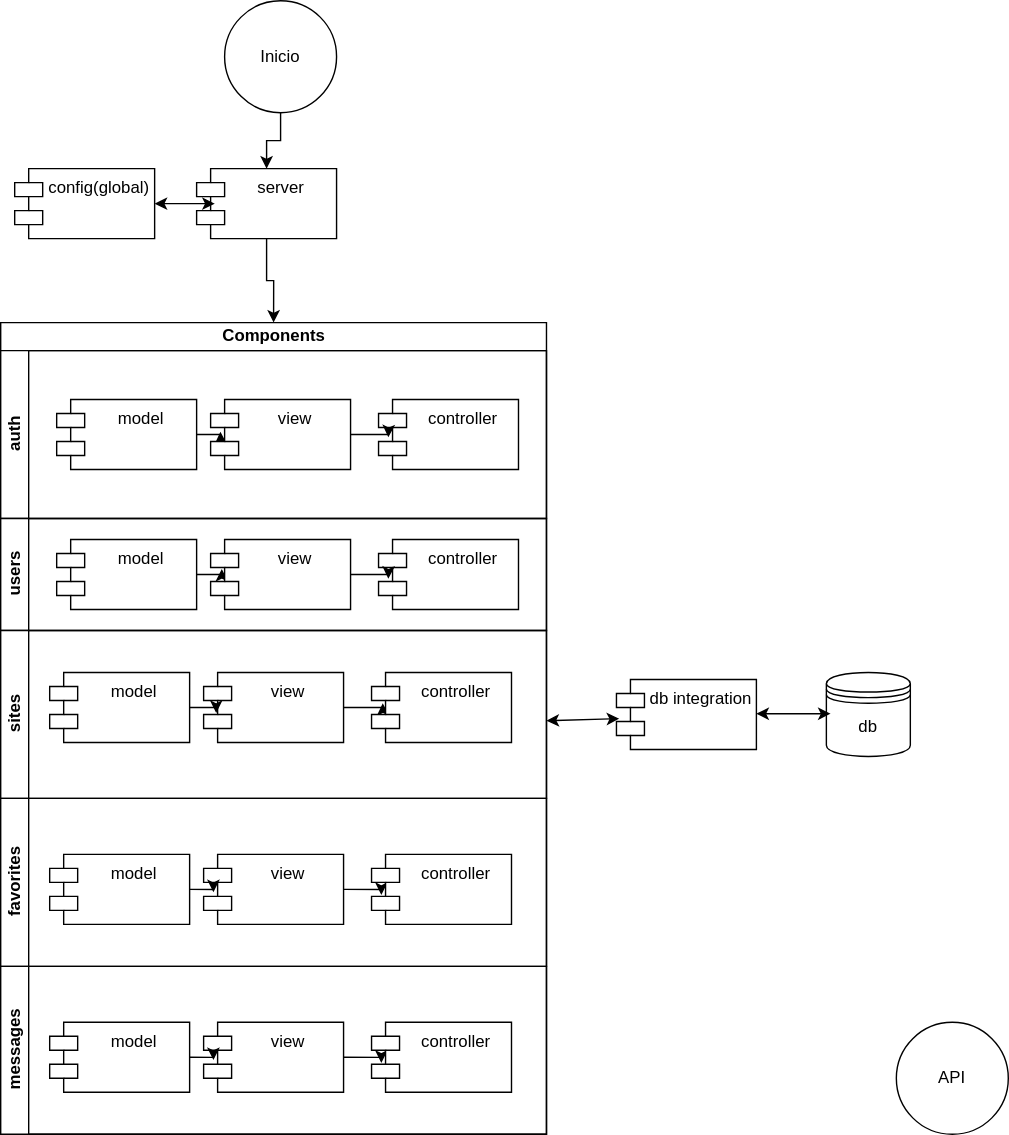
Before: backenddiagram.svg, a diagram exported from draw.io (andresmesad09/Backend-LetsRoomie). Source tidied: cells renumbered, new cells last; positions are measured from the earlier drawing's top-left corner, leaving out a move shared by most shapes.
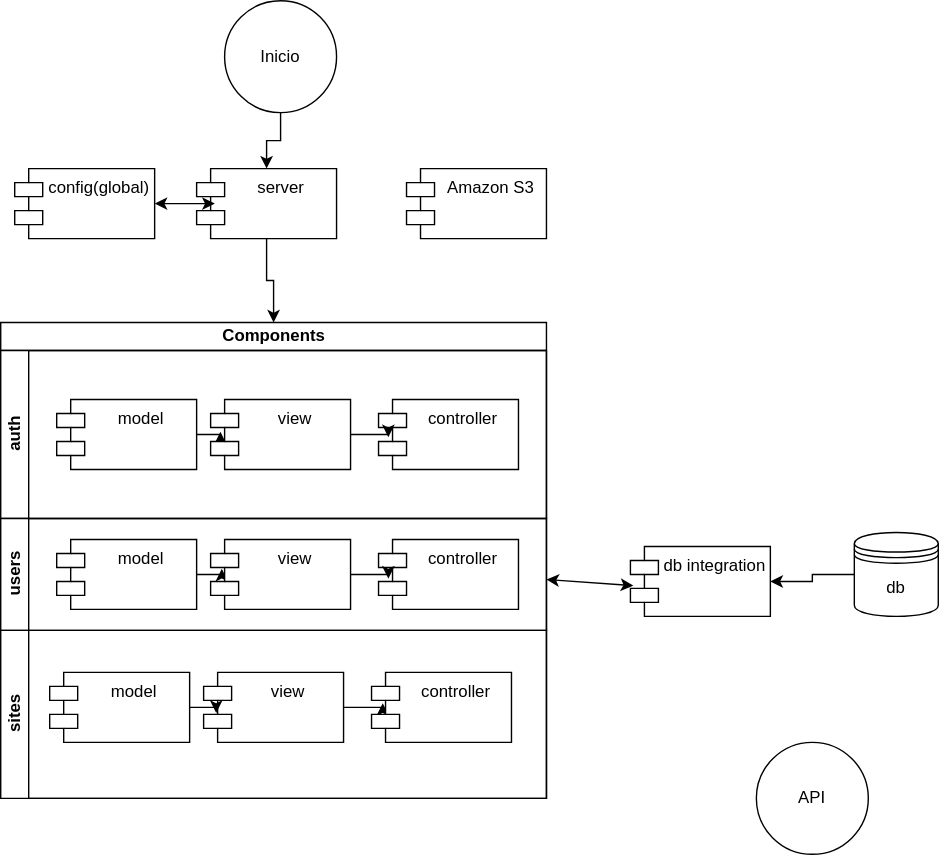
Above is the later version.

Diff of the diagram source:
```diff
@@ -8,14 +8,17 @@
     <mxCell id="3" value="Inicio" style="ellipse;whiteSpace=wrap;html=1;" parent="1" vertex="1">
       <mxGeometry x="160" width="80" height="80" as="geometry" />
     </mxCell>
+    <mxCell id="44" style="edgeStyle=orthogonalEdgeStyle;rounded=0;jettySize=auto;html=1;entryX=1;entryY=0.5;entryDx=0;entryDy=0;" parent="1" edge="1" source="4" target="40">
+      <mxGeometry relative="1" as="geometry" />
+    </mxCell>
     <mxCell id="4" value="db" style="shape=datastore;whiteSpace=wrap;html=1;startSize=20;" parent="1" vertex="1">
-      <mxGeometry x="590" y="480" width="60" height="60" as="geometry" />
+      <mxGeometry x="610" y="380" width="60" height="60" as="geometry" />
     </mxCell>
     <mxCell id="5" style="rounded=0;jettySize=auto;html=1;entryX=0.02;entryY=0.56;entryDx=0;entryDy=0;entryPerimeter=0;startSize=6;verticalAlign=middle;startArrow=classic;startFill=1;endArrow=classic;endFill=1;" parent="1" edge="1" source="6" target="40">
       <mxGeometry relative="1" as="geometry" />
     </mxCell>
     <mxCell id="6" value="Components" style="swimlane;html=1;horizontal=1;startSize=20;" parent="1" vertex="1">
-      <mxGeometry y="230" width="390" height="580" as="geometry" />
+      <mxGeometry y="230" width="390" height="340" as="geometry" />
     </mxCell>
     <mxCell id="7" value="auth" style="swimlane;html=1;startSize=20;horizontal=0;" parent="6" vertex="1">
       <mxGeometry y="20" width="390" height="120" as="geometry" />
@@ -71,42 +74,6 @@
     <mxCell id="24" value="model" style="shape=module;align=left;spacingLeft=20;align=center;verticalAlign=top;startSize=20;html=1;" parent="19" vertex="1">
       <mxGeometry x="35" y="30" width="100" height="50" as="geometry" />
     </mxCell>
-    <mxCell id="25" value="favorites" style="swimlane;html=1;startSize=20;horizontal=0;" parent="6" vertex="1">
-      <mxGeometry y="340" width="390" height="120" as="geometry" />
-    </mxCell>
-    <mxCell id="26" style="edgeStyle=orthogonalEdgeStyle;rounded=0;jettySize=auto;html=1;exitX=1;exitY=0.5;exitDx=0;exitDy=0;entryX=0.07;entryY=0.58;entryDx=0;entryDy=0;entryPerimeter=0;startSize=20;" parent="25" edge="1" source="27" target="28">
-      <mxGeometry relative="1" as="geometry" />
-    </mxCell>
-    <mxCell id="27" value="view" style="shape=module;align=left;spacingLeft=20;align=center;verticalAlign=top;startSize=20;html=1;" parent="25" vertex="1">
-      <mxGeometry x="145" y="40" width="100" height="50" as="geometry" />
-    </mxCell>
-    <mxCell id="28" value="controller" style="shape=module;align=left;spacingLeft=20;align=center;verticalAlign=top;startSize=20;html=1;" parent="25" vertex="1">
-      <mxGeometry x="265" y="40" width="100" height="50" as="geometry" />
-    </mxCell>
-    <mxCell id="29" style="edgeStyle=orthogonalEdgeStyle;rounded=0;jettySize=auto;html=1;exitX=1;exitY=0.5;exitDx=0;exitDy=0;entryX=0.07;entryY=0.54;entryDx=0;entryDy=0;entryPerimeter=0;startSize=20;" parent="25" edge="1" source="30" target="27">
-      <mxGeometry relative="1" as="geometry" />
-    </mxCell>
-    <mxCell id="30" value="model" style="shape=module;align=left;spacingLeft=20;align=center;verticalAlign=top;startSize=20;html=1;" parent="25" vertex="1">
-      <mxGeometry x="35" y="40" width="100" height="50" as="geometry" />
-    </mxCell>
-    <mxCell id="31" value="messages" style="swimlane;html=1;startSize=20;horizontal=0;" parent="6" vertex="1">
-      <mxGeometry y="460" width="390" height="120" as="geometry" />
-    </mxCell>
-    <mxCell id="32" style="edgeStyle=orthogonalEdgeStyle;rounded=0;jettySize=auto;html=1;exitX=1;exitY=0.5;exitDx=0;exitDy=0;entryX=0.07;entryY=0.58;entryDx=0;entryDy=0;entryPerimeter=0;startSize=20;" parent="31" edge="1" source="33" target="34">
-      <mxGeometry relative="1" as="geometry" />
-    </mxCell>
-    <mxCell id="33" value="view" style="shape=module;align=left;spacingLeft=20;align=center;verticalAlign=top;startSize=20;html=1;" parent="31" vertex="1">
-      <mxGeometry x="145" y="40" width="100" height="50" as="geometry" />
-    </mxCell>
-    <mxCell id="34" value="controller" style="shape=module;align=left;spacingLeft=20;align=center;verticalAlign=top;startSize=20;html=1;" parent="31" vertex="1">
-      <mxGeometry x="265" y="40" width="100" height="50" as="geometry" />
-    </mxCell>
-    <mxCell id="35" style="edgeStyle=orthogonalEdgeStyle;rounded=0;jettySize=auto;html=1;exitX=1;exitY=0.5;exitDx=0;exitDy=0;entryX=0.07;entryY=0.54;entryDx=0;entryDy=0;entryPerimeter=0;startSize=20;" parent="31" edge="1" source="36" target="33">
-      <mxGeometry relative="1" as="geometry" />
-    </mxCell>
-    <mxCell id="36" value="model" style="shape=module;align=left;spacingLeft=20;align=center;verticalAlign=top;startSize=20;html=1;" parent="31" vertex="1">
-      <mxGeometry x="35" y="40" width="100" height="50" as="geometry" />
-    </mxCell>
     <mxCell id="37" value="config(global)" style="shape=module;align=left;spacingLeft=20;align=center;verticalAlign=top;startSize=20;html=1;" parent="1" vertex="1">
       <mxGeometry x="10" y="120" width="100" height="50" as="geometry" />
     </mxCell>
@@ -117,19 +84,16 @@
       <mxGeometry x="140" y="120" width="100" height="50" as="geometry" />
     </mxCell>
     <mxCell id="40" value="db integration" style="shape=module;align=left;spacingLeft=20;align=center;verticalAlign=top;startSize=20;html=1;" parent="1" vertex="1">
-      <mxGeometry x="440" y="485" width="100" height="50" as="geometry" />
+      <mxGeometry x="450" y="390" width="100" height="50" as="geometry" />
     </mxCell>
     <mxCell id="41" style="endArrow=classic;startArrow=classic;html=1;entryX=0.13;entryY=0.5;entryDx=0;entryDy=0;entryPerimeter=0;" parent="1" edge="1" source="37" target="39">
       <mxGeometry relative="1" as="geometry" />
     </mxCell>
-    <mxCell id="42" style="endArrow=classic;startArrow=classic;html=1;entryX=0.13;entryY=0.5;entryDx=0;entryDy=0;entryPerimeter=0;" parent="1" edge="1">
-      <mxGeometry relative="1" as="geometry">
-        <mxPoint x="540" y="509.5" as="sourcePoint" />
-        <mxPoint x="593" y="509.5" as="targetPoint" />
-      </mxGeometry>
-    </mxCell>
     <mxCell id="43" value="API" style="ellipse;whiteSpace=wrap;html=1;startSize=20;" parent="1" vertex="1">
-      <mxGeometry x="640" y="730" width="80" height="80" as="geometry" />
+      <mxGeometry x="540" y="530" width="80" height="80" as="geometry" />
     </mxCell>
+    <mxCell id="45" value="Amazon S3" style="shape=module;align=left;spacingLeft=20;align=center;verticalAlign=top;startSize=20;html=1;" parent="1" vertex="1">
+      <mxGeometry x="290" y="120" width="100" height="50" as="geometry" />
+    </mxCell>
   </root>
 </mxGraphModel>
```
